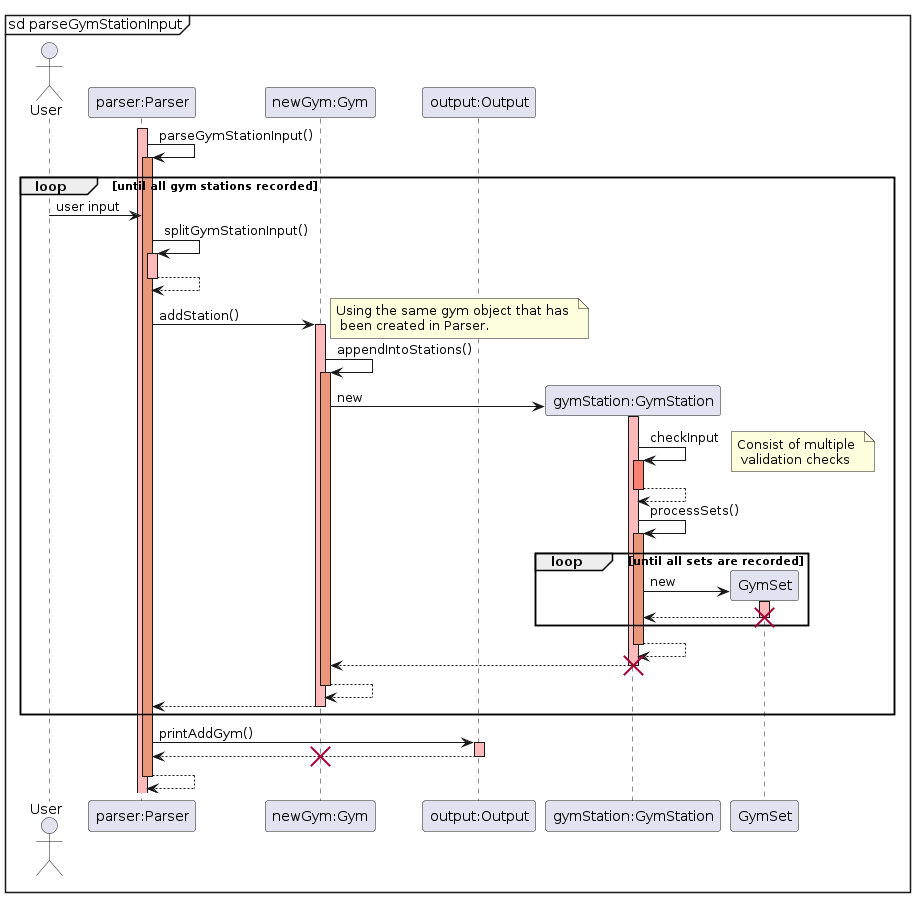
This is docs/img/sequence_diagrams/gym_station_sequence_diagram.png from rouvinerh/tp, a PlantUML export, as it was before one commit.
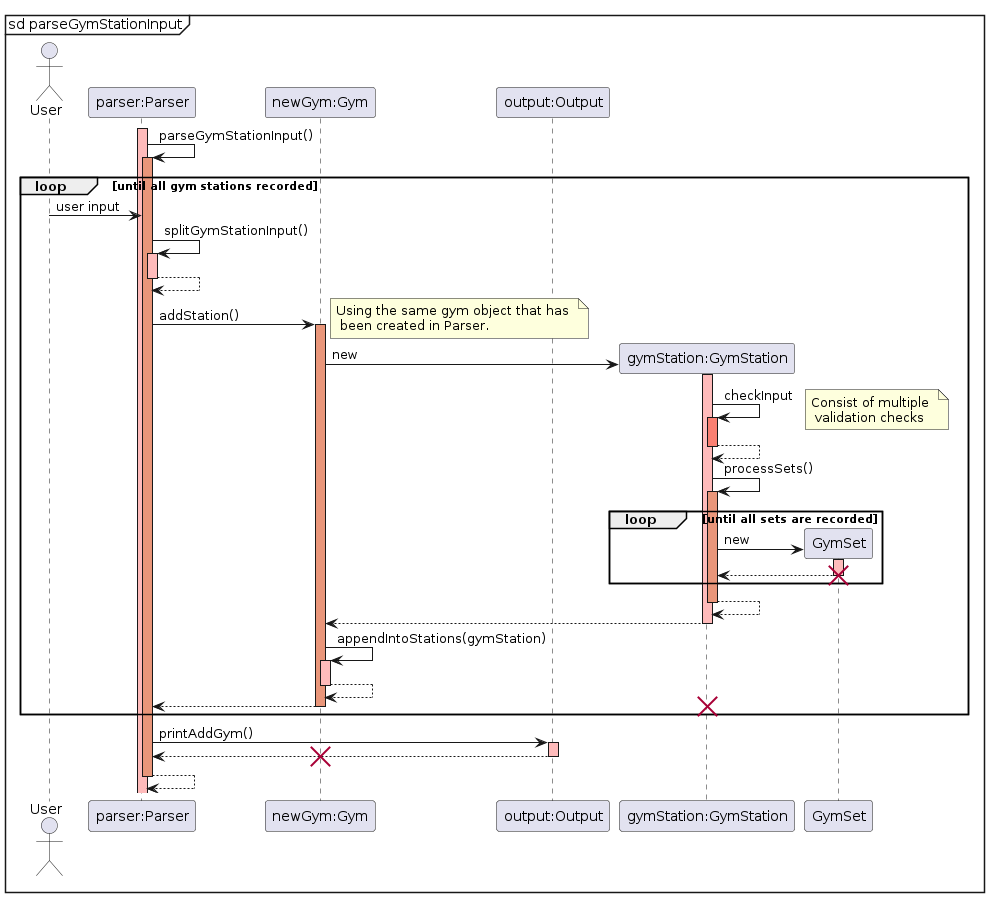
After the commit.

The edit, as a diff of the source:
```diff
@@ -22,9 +22,7 @@
             Parser -> Gym: addStation()
             note right : Using the same gym object that has \n been created in Parser.
 
-            activate Gym #FFBBBB
 
-            Gym -> Gym : appendIntoStations()
             activate Gym #DarkSalmon
                 Gym -> GymStation **: new
                 activate GymStation #FFBBBB
@@ -54,12 +52,19 @@
 
                 GymStation --> Gym:
                 deactivate GymStation #FFBBBB
-                destroy GymStation
+
+
+                Gym -> Gym : appendIntoStations(gymStation)
+                activate Gym #FFBBBB
+
+
 
             Gym --> Gym :
             deactivate Gym #DarkSalmon
+
             Gym --> Parser:
             deactivate Gym #FFBBBB
+            destroy GymStation
         end
     Parser -> Output: printAddGym()
     activate Output #FFBBBB
```
